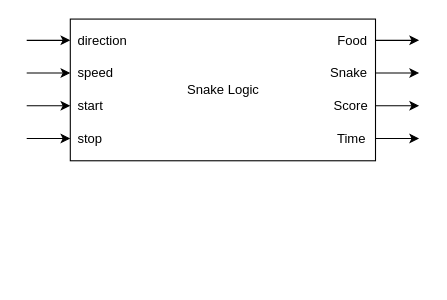
Earlier version of the draw.io diagram page "Page-2" (2 of 4) of doc/frp-scala.drawio (paganellif/pps-project-paganelli-2122). Source tidied: cells renumbered, new cells numbered last; positions are measured from the earlier drawing's top-left corner, leaving out a move shared by most shapes. Both pictures are drawn from the tidied source at 109%, with x=0, y=0 at pixel (26, 19).
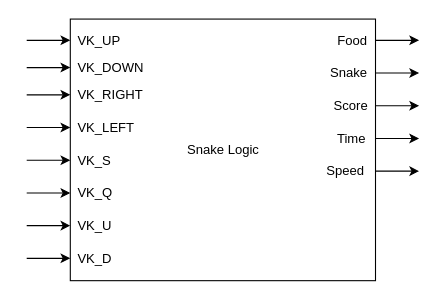
After the change.

What changed in the source:
```diff
@@
     <mxCell id="2" style="rounded=0;whiteSpace=wrap;html=1;" parent="1" vertex="1">
-      <mxGeometry x="40" width="280" height="130" as="geometry" />
+      <mxGeometry x="40" width="280" height="240" as="geometry" />
     </mxCell>
@@
-    <mxCell id="4" value="direction" style="text;html=1;align=left;verticalAlign=middle;strokeColor=none;fillColor=none;" parent="1" vertex="1">
-      <mxGeometry x="45" y="10" width="60" height="20" as="geometry" />
+    <mxCell id="4" value="VK_UP" style="text;html=1;align=left;verticalAlign=middle;strokeColor=none;fillColor=none;" parent="1" vertex="1">
+      <mxGeometry x="45" y="10" width="50" height="20" as="geometry" />
     </mxCell>
     <mxCell id="5" style="endArrow=classic;html=1;rounded=0;" parent="1" edge="1">
       <mxGeometry relative="1" as="geometry">
-        <mxPoint y="49.5" as="sourcePoint" />
-        <mxPoint x="40" y="49.5" as="targetPoint" />
+        <mxPoint y="129.5" as="sourcePoint" />
+        <mxPoint x="40" y="129.5" as="targetPoint" />
       </mxGeometry>
     </mxCell>
-    <mxCell id="6" value="speed" style="text;html=1;align=left;verticalAlign=middle;strokeColor=none;fillColor=none;" parent="1" vertex="1">
-      <mxGeometry x="45" y="40" width="50" height="20" as="geometry" />
+    <mxCell id="6" value="VK_S" style="text;html=1;align=left;verticalAlign=middle;strokeColor=none;fillColor=none;" parent="1" vertex="1">
+      <mxGeometry x="45" y="120" width="50" height="20" as="geometry" />
     </mxCell>
     <mxCell id="7" style="endArrow=classic;html=1;rounded=0;" parent="1" edge="1">
       <mxGeometry relative="1" as="geometry">
-        <mxPoint y="79.5" as="sourcePoint" />
-        <mxPoint x="40" y="79.5" as="targetPoint" />
+        <mxPoint y="159.5" as="sourcePoint" />
+        <mxPoint x="40" y="159.5" as="targetPoint" />
       </mxGeometry>
     </mxCell>
-    <mxCell id="8" value="start" style="text;html=1;align=left;verticalAlign=middle;strokeColor=none;fillColor=none;" parent="1" vertex="1">
-      <mxGeometry x="45" y="70" width="40" height="20" as="geometry" />
+    <mxCell id="8" value="VK_Q" style="text;html=1;align=left;verticalAlign=middle;strokeColor=none;fillColor=none;" parent="1" vertex="1">
+      <mxGeometry x="45" y="150" width="50" height="20" as="geometry" />
     </mxCell>
     <mxCell id="9" style="endArrow=classic;html=1;rounded=0;" parent="1" edge="1">
       <mxGeometry relative="1" as="geometry">
-        <mxPoint y="109.5" as="sourcePoint" />
-        <mxPoint x="40" y="109.5" as="targetPoint" />
+        <mxPoint y="189.5" as="sourcePoint" />
+        <mxPoint x="40" y="189.5" as="targetPoint" />
       </mxGeometry>
     </mxCell>
-    <mxCell id="10" value="stop" style="text;html=1;align=left;verticalAlign=middle;strokeColor=none;fillColor=none;" parent="1" vertex="1">
-      <mxGeometry x="45" y="100" width="40" height="20" as="geometry" />
+    <mxCell id="10" value="VK_U" style="text;html=1;align=left;verticalAlign=middle;strokeColor=none;fillColor=none;" parent="1" vertex="1">
+      <mxGeometry x="45" y="180" width="50" height="20" as="geometry" />
     </mxCell>
     <mxCell id="11" value="Snake Logic" style="text;html=1;align=center;verticalAlign=middle;strokeColor=none;fillColor=none;" parent="1" vertex="1">
-      <mxGeometry x="140" y="55" width="80" height="20" as="geometry" />
+      <mxGeometry x="140" y="110" width="80" height="20" as="geometry" />
     </mxCell>
@@
+    <mxCell id="20" style="endArrow=classic;html=1;rounded=0;" parent="1" edge="1">
+      <mxGeometry relative="1" as="geometry">
+        <mxPoint y="44.5" as="sourcePoint" />
+        <mxPoint x="40" y="44.5" as="targetPoint" />
+      </mxGeometry>
+    </mxCell>
+    <mxCell id="21" value="VK_DOWN" style="text;html=1;align=left;verticalAlign=middle;strokeColor=none;fillColor=none;" parent="1" vertex="1">
+      <mxGeometry x="45" y="35" width="80" height="20" as="geometry" />
+    </mxCell>
+    <mxCell id="22" style="endArrow=classic;html=1;rounded=0;" parent="1" edge="1">
+      <mxGeometry relative="1" as="geometry">
+        <mxPoint y="69.5" as="sourcePoint" />
+        <mxPoint x="40" y="69.5" as="targetPoint" />
+      </mxGeometry>
+    </mxCell>
+    <mxCell id="23" value="VK_RIGHT" style="text;html=1;align=left;verticalAlign=middle;strokeColor=none;fillColor=none;" parent="1" vertex="1">
+      <mxGeometry x="45" y="60" width="80" height="20" as="geometry" />
+    </mxCell>
+    <mxCell id="24" style="endArrow=classic;html=1;rounded=0;" parent="1" edge="1">
+      <mxGeometry relative="1" as="geometry">
+        <mxPoint y="99.5" as="sourcePoint" />
+        <mxPoint x="40" y="99.5" as="targetPoint" />
+      </mxGeometry>
+    </mxCell>
+    <mxCell id="25" value="VK_LEFT" style="text;html=1;align=left;verticalAlign=middle;strokeColor=none;fillColor=none;" parent="1" vertex="1">
+      <mxGeometry x="45" y="90" width="70" height="20" as="geometry" />
+    </mxCell>
+    <mxCell id="26" style="endArrow=classic;html=1;rounded=0;" parent="1" edge="1">
+      <mxGeometry relative="1" as="geometry">
+        <mxPoint y="219.5" as="sourcePoint" />
+        <mxPoint x="40" y="219.5" as="targetPoint" />
+      </mxGeometry>
+    </mxCell>
+    <mxCell id="27" value="VK_D" style="text;html=1;align=left;verticalAlign=middle;strokeColor=none;fillColor=none;" parent="1" vertex="1">
+      <mxGeometry x="45" y="210" width="50" height="20" as="geometry" />
+    </mxCell>
+    <mxCell id="28" style="endArrow=classic;html=1;rounded=0;" parent="1" edge="1">
+      <mxGeometry relative="1" as="geometry">
+        <mxPoint x="320" y="139.5" as="sourcePoint" />
+        <mxPoint x="360" y="139.5" as="targetPoint" />
+      </mxGeometry>
+    </mxCell>
+    <mxCell id="29" value="&amp;nbsp;Speed" style="text;html=1;align=left;verticalAlign=middle;strokeColor=none;fillColor=none;" parent="1" vertex="1">
+      <mxGeometry x="270" y="130" width="50" height="20" as="geometry" />
+    </mxCell>
```
